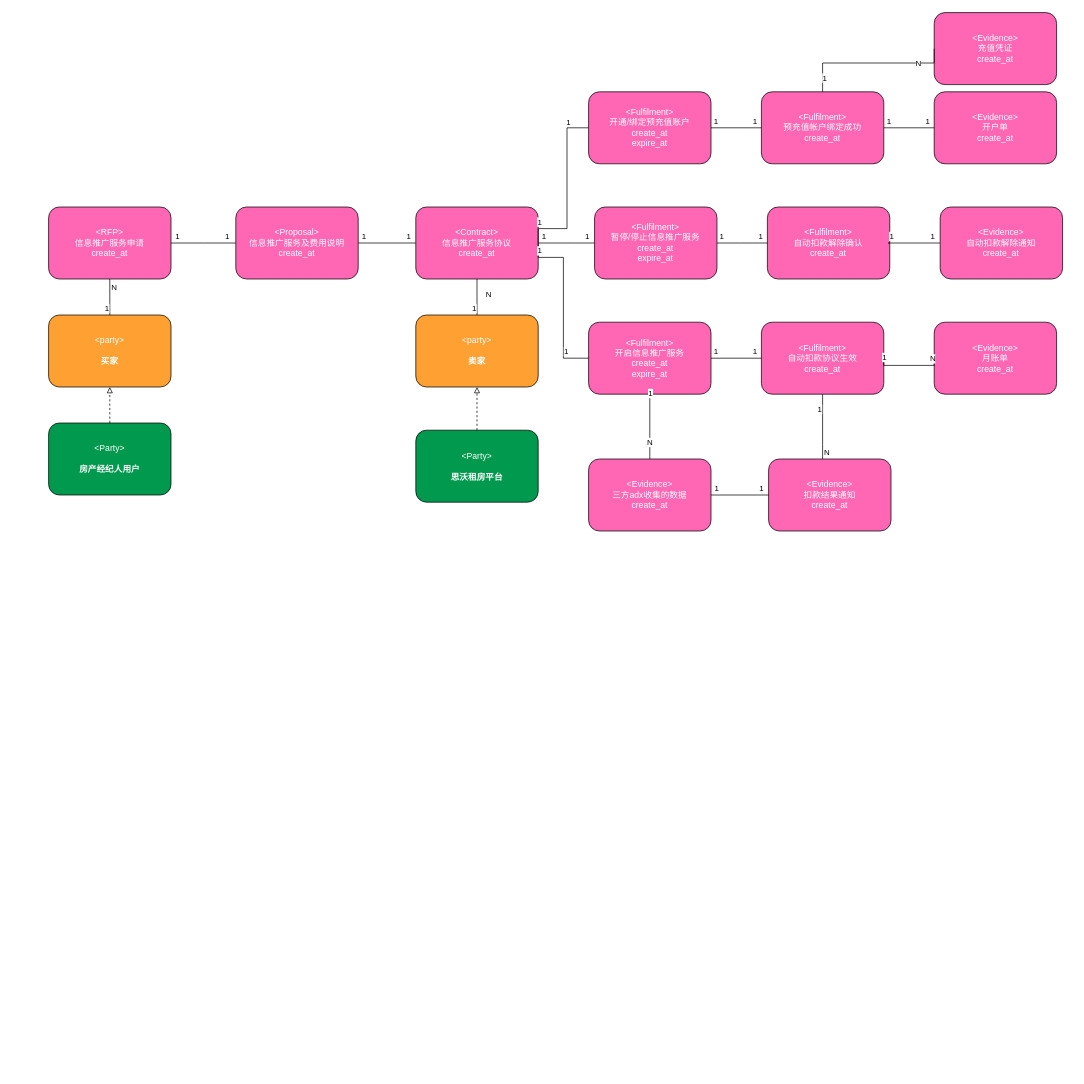
Above: Untitled Diagram.drawio in Myh-cs/8xflow-drawio-lib (draw.io), before the change. Source tidied: cells renumbered, new cells numbered last; positions are measured from the earlier drawing's top-left corner, leaving out a move shared by most shapes. Both pictures are drawn from the tidied source at 72%, with x=0, y=0 at pixel (48, 12).
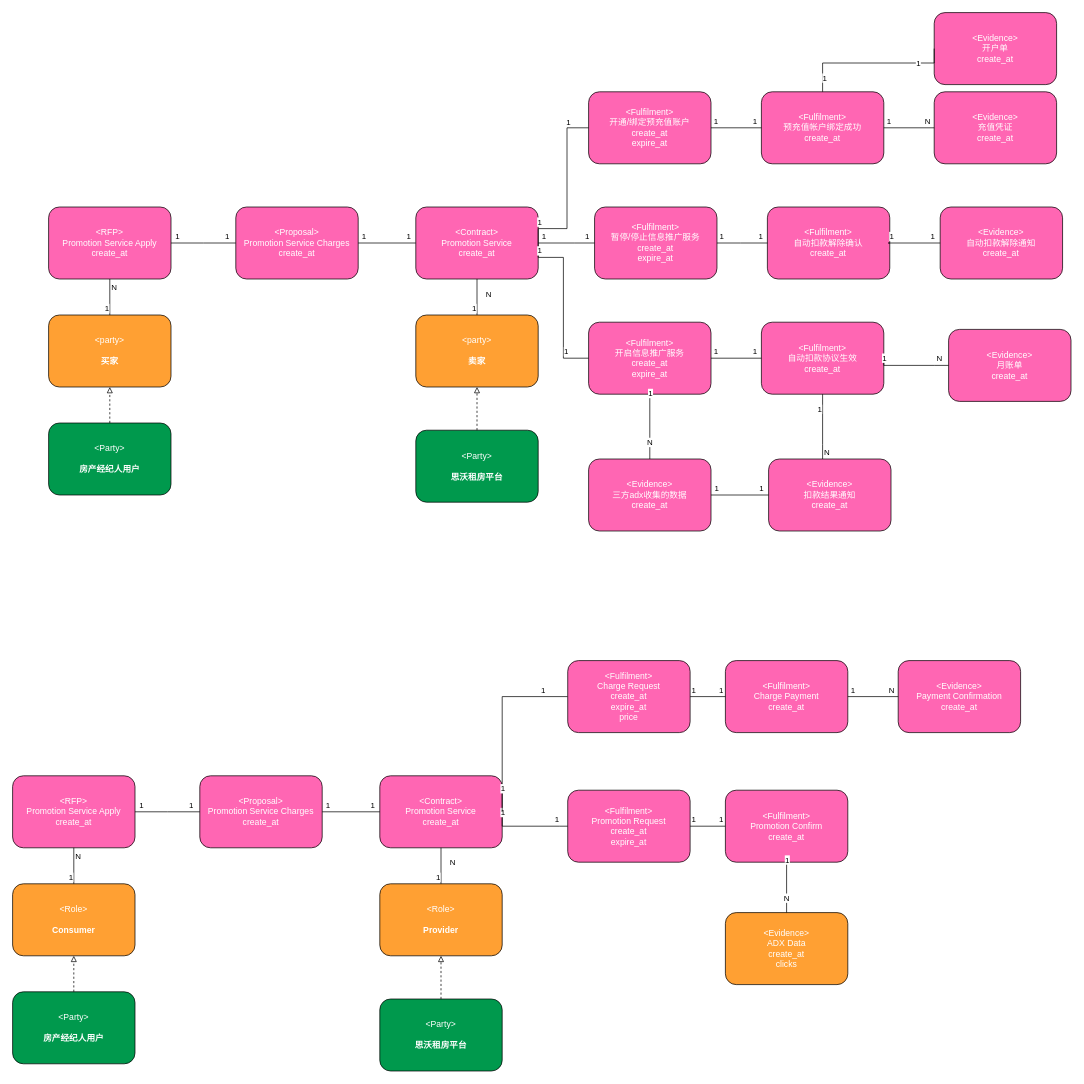
After the change.

Unchanged cells that the change refers to:
```xml
<mxCell id="67" style="edgeStyle=orthogonalEdgeStyle;rounded=0;jettySize=auto;html=1;endArrow=none;endFill=0;" parent="1" edge="1" source="50" target="66">
  <mxGeometry relative="1" as="geometry" />
</mxCell>
<mxCell id="71" style="edgeStyle=orthogonalEdgeStyle;rounded=0;jettySize=auto;html=1;endArrow=none;endFill=0;entryX=0;entryY=0.5;entryDx=0;entryDy=0;exitX=0.5;exitY=0;exitDx=0;exitDy=0;" parent="1" edge="1" source="50" target="70">
  <mxGeometry relative="1" as="geometry">
    <Array as="points">
      <mxPoint x="1074.8" y="70" />
      <mxPoint x="1229.8" y="70" />
    </Array>
  </mxGeometry>
</mxCell>
```

Change to the diagram source:
```diff
@@
-    <object id="2" label="&lt;font color=&quot;#ffffff&quot;&gt;&amp;lt;%type%&amp;gt;&lt;br&gt;%name%&lt;br&gt;%createAt%&lt;br&gt;&lt;/font&gt;" createAt="create_at" name="信息推广服务及费用说明" placeholders="1" type="Proposal">
+    <object id="2" label="&lt;font color=&quot;#ffffff&quot;&gt;&amp;lt;%type%&amp;gt;&lt;br&gt;%name%&lt;br&gt;%createAt%&lt;br&gt;&lt;/font&gt;" createAt="create_at" name="Promotion Service Charges" placeholders="1" type="Proposal">
       <mxCell style="rounded=1;whiteSpace=wrap;html=1;fillColor=#FF66B3;noLabel=0;comic=0;" parent="1" vertex="1">
         <mxGeometry x="260" y="270" width="170" height="100" as="geometry" />
       </mxCell>
     </object>
-    <object id="3" label="&lt;font color=&quot;#ffffff&quot;&gt;&amp;lt;%type%&amp;gt;&lt;br&gt;%name%&lt;br&gt;%createAt%&lt;br&gt;&lt;/font&gt;" createAt="create_at" name="信息推广服务协议" placeholders="1" type="Contract">
+    <object id="3" label="&lt;font color=&quot;#ffffff&quot;&gt;&amp;lt;%type%&amp;gt;&lt;br&gt;%name%&lt;br&gt;%createAt%&lt;br&gt;&lt;/font&gt;" createAt="create_at" name="Promotion Service" placeholders="1" type="Contract">
       <mxCell style="rounded=1;whiteSpace=wrap;html=1;fillColor=#FF66B3;noLabel=0;comic=0;" parent="1" vertex="1">
         <mxGeometry x="510" y="270" width="170" height="100" as="geometry" />
       </mxCell>
     </object>
@@
     <object id="42" label="&lt;font color=&quot;#ffffff&quot;&gt;&amp;lt;%type%&amp;gt;&lt;br&gt;%name%&lt;br&gt;%createAt%&lt;br&gt;&lt;/font&gt;" createAt="create_at" name="月账单" placeholders="1" type="Evidence">
       <mxCell style="rounded=1;whiteSpace=wrap;html=1;fillColor=#FF66B3;noLabel=0;comic=0;" parent="1" vertex="1">
-        <mxGeometry x="1230" y="430" width="170" height="100" as="geometry" />
+        <mxGeometry x="1250" y="440" width="170" height="100" as="geometry" />
       </mxCell>
     </object>
@@
-    <object id="54" label="&lt;font color=&quot;#ffffff&quot;&gt;&amp;lt;%type%&amp;gt;&lt;br&gt;%name%&lt;br&gt;%createAt%&lt;br&gt;&lt;/font&gt;" createAt="create_at" name="信息推广服务申请" placeholders="1" type="RFP">
+    <object id="54" label="&lt;font color=&quot;#ffffff&quot;&gt;&amp;lt;%type%&amp;gt;&lt;br&gt;%name%&lt;br&gt;%createAt%&lt;br&gt;&lt;/font&gt;" createAt="create_at" name="Promotion Service Apply" placeholders="1" type="RFP">
       <mxCell style="rounded=1;whiteSpace=wrap;html=1;fillColor=#FF66B3;noLabel=0;comic=0;" parent="1" vertex="1">
         <mxGeometry y="270" width="170" height="100" as="geometry" />
       </mxCell>
     </object>
@@
-    <object id="66" label="&lt;font color=&quot;#ffffff&quot;&gt;&amp;lt;%type%&amp;gt;&lt;br&gt;%name%&lt;br&gt;%createAt%&lt;br&gt;&lt;/font&gt;" createAt="create_at" name="开户单" placeholders="1" type="Evidence">
+    <object id="66" label="&lt;font color=&quot;#ffffff&quot;&gt;&amp;lt;%type%&amp;gt;&lt;br&gt;%name%&lt;br&gt;%createAt%&lt;br&gt;&lt;/font&gt;" createAt="create_at" name="充值凭证" placeholders="1" type="Evidence">
       <mxCell style="rounded=1;whiteSpace=wrap;html=1;fillColor=#FF66B3;noLabel=0;comic=0;" parent="1" vertex="1">
         <mxGeometry x="1230" y="110" width="170" height="100" as="geometry" />
       </mxCell>
     </object>
@@
-    <mxCell id="69" value="1" style="edgeLabel;html=1;align=center;verticalAlign=middle;" parent="67" vertex="1">
+    <mxCell id="69" value="N" style="edgeLabel;html=1;align=center;verticalAlign=middle;" parent="67" vertex="1">
       <mxGeometry x="0.72" y="-1" relative="1" as="geometry">
         <mxPoint y="-11" as="offset" />
       </mxGeometry>
     </mxCell>
-    <object id="70" label="&lt;font color=&quot;#ffffff&quot;&gt;&amp;lt;%type%&amp;gt;&lt;br&gt;%name%&lt;br&gt;%createAt%&lt;br&gt;&lt;/font&gt;" createAt="create_at" name="充值凭证" placeholders="1" type="Evidence">
+    <object id="70" label="&lt;font color=&quot;#ffffff&quot;&gt;&amp;lt;%type%&amp;gt;&lt;br&gt;%name%&lt;br&gt;%createAt%&lt;br&gt;&lt;/font&gt;" createAt="create_at" name="开户单" placeholders="1" type="Evidence">
       <mxCell style="rounded=1;whiteSpace=wrap;html=1;fillColor=#FF66B3;noLabel=0;comic=0;" parent="1" vertex="1">
         <mxGeometry x="1230" width="170" height="100" as="geometry" />
       </mxCell>
     </object>
@@
-    <mxCell id="73" value="N" style="edgeLabel;html=1;align=center;verticalAlign=middle;" parent="71" vertex="1">
+    <mxCell id="73" value="1" style="edgeLabel;html=1;align=center;verticalAlign=middle;" parent="71" vertex="1">
       <mxGeometry x="0.15" relative="1" as="geometry">
         <mxPoint x="48" as="offset" />
       </mxGeometry>
     </mxCell>
+    <object id="74" label="&lt;font color=&quot;#ffffff&quot;&gt;&amp;lt;%type%&amp;gt;&lt;br&gt;%name%&lt;br&gt;%createAt%&lt;br&gt;&lt;/font&gt;" createAt="create_at" name="Promotion Service Charges" placeholders="1" type="Proposal">
+      <mxCell style="rounded=1;whiteSpace=wrap;html=1;fillColor=#FF66B3;noLabel=0;comic=0;" parent="1" vertex="1">
+        <mxGeometry x="210" y="1060" width="170" height="100" as="geometry" />
+      </mxCell>
+    </object>
+    <object id="75" label="&lt;font color=&quot;#ffffff&quot;&gt;&amp;lt;%type%&amp;gt;&lt;br&gt;%name%&lt;br&gt;%createAt%&lt;br&gt;&lt;/font&gt;" createAt="create_at" name="Promotion Service" placeholders="1" type="Contract">
+      <mxCell style="rounded=1;whiteSpace=wrap;html=1;fillColor=#FF66B3;noLabel=0;comic=0;" parent="1" vertex="1">
+        <mxGeometry x="460" y="1060" width="170" height="100" as="geometry" />
+      </mxCell>
+    </object>
+    <object id="76" label="&lt;font color=&quot;#ffffff&quot;&gt;&amp;lt;%type%&amp;gt;&lt;br&gt;%name%&lt;br&gt;%createAt%&lt;br&gt;%expireAt%&lt;br&gt;&lt;/font&gt;" createAt="create_at" expireAt="expire_at" name="Promotion Request" placeholders="1" type="Fulfilment">
+      <mxCell style="rounded=1;whiteSpace=wrap;html=1;fillColor=#FF66B3;noLabel=0;comic=0;" parent="1" vertex="1">
+        <mxGeometry x="721" y="1080" width="170" height="100" as="geometry" />
+      </mxCell>
+    </object>
+    <object id="77" label="&lt;font color=&quot;#ffffff&quot;&gt;&amp;lt;%type%&amp;gt;&lt;br&gt;%name%&lt;br&gt;%createAt%&lt;br&gt;&lt;/font&gt;&lt;span style=&quot;color: rgb(255 , 255 , 255)&quot;&gt;%clicks%&lt;/span&gt;&lt;font color=&quot;#ffffff&quot;&gt;&lt;br&gt;&lt;/font&gt;" clicks="clicks" createAt="create_at" name="ADX Data" placeholders="1" type="Evidence">
+      <mxCell style="rounded=1;whiteSpace=wrap;html=1;fillColor=#FFA033;noLabel=0;comic=0;" parent="1" vertex="1">
+        <mxGeometry x="940" y="1250" width="170" height="100" as="geometry" />
+      </mxCell>
+    </object>
+    <mxCell id="78" style="edgeStyle=orthogonalEdgeStyle;rounded=0;jettySize=auto;html=1;exitX=1;exitY=0.5;exitDx=0;exitDy=0;entryX=0;entryY=0.5;entryDx=0;entryDy=0;endArrow=none;endFill=0;" parent="1" edge="1" source="74" target="75">
+      <mxGeometry relative="1" as="geometry" />
+    </mxCell>
+    <mxCell id="79" value="1" style="edgeLabel;html=1;align=center;verticalAlign=middle;" parent="78" vertex="1">
+      <mxGeometry x="-0.82" relative="1" as="geometry">
+        <mxPoint y="-10" as="offset" />
+      </mxGeometry>
+    </mxCell>
+    <mxCell id="80" value="1" style="edgeLabel;html=1;align=center;verticalAlign=middle;" parent="78" vertex="1">
+      <mxGeometry x="0.72" y="-1" relative="1" as="geometry">
+        <mxPoint y="-11" as="offset" />
+      </mxGeometry>
+    </mxCell>
+    <mxCell id="81" style="edgeStyle=orthogonalEdgeStyle;rounded=0;jettySize=auto;html=1;exitX=1;exitY=0.5;exitDx=0;exitDy=0;entryX=0;entryY=0.5;entryDx=0;entryDy=0;endArrow=none;endFill=0;" parent="1" edge="1" source="75" target="76">
+      <mxGeometry relative="1" as="geometry">
+        <Array as="points">
+          <mxPoint x="630" y="1130" />
+          <mxPoint x="710" y="1130" />
+        </Array>
+      </mxGeometry>
+    </mxCell>
+    <mxCell id="82" value="1" style="edgeLabel;html=1;align=center;verticalAlign=middle;" parent="81" vertex="1">
+      <mxGeometry x="-0.82" relative="1" as="geometry">
+        <mxPoint y="-10" as="offset" />
+      </mxGeometry>
+    </mxCell>
+    <mxCell id="83" value="1" style="edgeLabel;html=1;align=center;verticalAlign=middle;" parent="81" vertex="1">
+      <mxGeometry x="0.72" y="-1" relative="1" as="geometry">
+        <mxPoint y="-11" as="offset" />
+      </mxGeometry>
+    </mxCell>
+    <mxCell id="84" style="edgeStyle=orthogonalEdgeStyle;rounded=0;jettySize=auto;html=1;exitX=1;exitY=0.5;exitDx=0;exitDy=0;endArrow=none;endFill=0;entryX=0;entryY=0.5;entryDx=0;entryDy=0;" parent="1" edge="1" source="76" target="114">
+      <mxGeometry relative="1" as="geometry">
+        <Array as="points">
+          <mxPoint x="920" y="1130" />
+          <mxPoint x="920" y="1130" />
+        </Array>
+      </mxGeometry>
+    </mxCell>
+    <mxCell id="85" value="1" style="edgeLabel;html=1;align=center;verticalAlign=middle;" parent="84" vertex="1">
+      <mxGeometry x="-0.82" relative="1" as="geometry">
+        <mxPoint y="-10" as="offset" />
+      </mxGeometry>
+    </mxCell>
+    <mxCell id="86" value="1" style="edgeLabel;html=1;align=center;verticalAlign=middle;" parent="84" vertex="1">
+      <mxGeometry x="0.72" y="-1" relative="1" as="geometry">
+        <mxPoint y="-11" as="offset" />
+      </mxGeometry>
+    </mxCell>
+    <object id="87" label="&lt;font color=&quot;#ffffff&quot;&gt;&amp;lt;%type%&amp;gt;&lt;br&gt;&lt;br&gt;&lt;b&gt;%name%&lt;/b&gt;&lt;br&gt;&lt;/font&gt;" name="房产经纪人用户" placeholders="1" type="Party">
+      <mxCell style="rounded=1;whiteSpace=wrap;html=1;noLabel=0;comic=0;fillColor=#00994D;" parent="1" vertex="1">
+        <mxGeometry x="-50" y="1360" width="170" height="100" as="geometry" />
+      </mxCell>
+    </object>
+    <object id="88" label="&lt;font color=&quot;#ffffff&quot;&gt;&amp;lt;%type%&amp;gt;&lt;br&gt;&lt;br&gt;&lt;b&gt;%name%&lt;/b&gt;&lt;br&gt;&lt;/font&gt;" name="思沃租房平台" placeholders="1" type="Party">
+      <mxCell style="rounded=1;whiteSpace=wrap;html=1;noLabel=0;comic=0;fillColor=#00994D;" parent="1" vertex="1">
+        <mxGeometry x="460" y="1370" width="170" height="100" as="geometry" />
+      </mxCell>
+    </object>
+    <object id="89" label="&lt;font color=&quot;#ffffff&quot;&gt;&amp;lt;%type%&amp;gt;&lt;br&gt;&lt;br&gt;&lt;b&gt;%name%&lt;/b&gt;&lt;br&gt;&lt;/font&gt;" name="Consumer" placeholders="1" type="Role">
+      <mxCell style="rounded=1;whiteSpace=wrap;html=1;noLabel=0;comic=0;fillColor=#FFA033;" parent="1" vertex="1">
+        <mxGeometry x="-50" y="1210" width="170" height="100" as="geometry" />
+      </mxCell>
+    </object>
+    <object id="90" label="&lt;font color=&quot;#ffffff&quot;&gt;&amp;lt;%type%&amp;gt;&lt;br&gt;&lt;br&gt;&lt;b&gt;%name%&lt;/b&gt;&lt;br&gt;&lt;/font&gt;" name="Provider" placeholders="1" type="Role">
+      <mxCell style="rounded=1;whiteSpace=wrap;html=1;noLabel=0;comic=0;fillColor=#FFA033;" parent="1" vertex="1">
+        <mxGeometry x="460" y="1210" width="170" height="100" as="geometry" />
+      </mxCell>
+    </object>
+    <mxCell id="91" style="edgeStyle=orthogonalEdgeStyle;rounded=0;jettySize=auto;html=1;entryX=0;entryY=0.5;entryDx=0;entryDy=0;endArrow=none;endFill=0;" parent="1" edge="1" target="118">
+      <mxGeometry relative="1" as="geometry">
+        <mxPoint x="630" y="1110" as="sourcePoint" />
+        <Array as="points">
+          <mxPoint x="630" y="950" />
+        </Array>
+      </mxGeometry>
+    </mxCell>
+    <mxCell id="92" value="1" style="edgeLabel;html=1;align=center;verticalAlign=middle;" parent="91" vertex="1">
+      <mxGeometry x="-0.82" relative="1" as="geometry">
+        <mxPoint y="-10" as="offset" />
+      </mxGeometry>
+    </mxCell>
+    <mxCell id="93" value="1" style="edgeLabel;html=1;align=center;verticalAlign=middle;" parent="91" vertex="1">
+      <mxGeometry x="0.72" y="-1" relative="1" as="geometry">
+        <mxPoint y="-11" as="offset" />
+      </mxGeometry>
+    </mxCell>
+    <object id="94" label="&lt;font color=&quot;#ffffff&quot;&gt;&amp;lt;%type%&amp;gt;&lt;br&gt;%name%&lt;br&gt;%createAt%&lt;br&gt;&lt;/font&gt;" createAt="create_at" name="Charge Payment" placeholders="1" type="Fulfilment">
+      <mxCell style="rounded=1;whiteSpace=wrap;html=1;fillColor=#FF66B3;noLabel=0;comic=0;" parent="1" vertex="1">
+        <mxGeometry x="940" y="900" width="170" height="100" as="geometry" />
+      </mxCell>
+    </object>
+    <mxCell id="95" style="edgeStyle=orthogonalEdgeStyle;rounded=0;jettySize=auto;html=1;exitX=1;exitY=0.5;exitDx=0;exitDy=0;entryX=0;entryY=0.5;entryDx=0;entryDy=0;endArrow=none;endFill=0;" parent="1" edge="1" source="118" target="94">
+      <mxGeometry relative="1" as="geometry" />
+    </mxCell>
+    <mxCell id="96" value="1" style="edgeLabel;html=1;align=center;verticalAlign=middle;" parent="95" vertex="1">
+      <mxGeometry x="-0.82" relative="1" as="geometry">
+        <mxPoint y="-10" as="offset" />
+      </mxGeometry>
+    </mxCell>
+    <mxCell id="97" value="1" style="edgeLabel;html=1;align=center;verticalAlign=middle;" parent="95" vertex="1">
+      <mxGeometry x="0.72" y="-1" relative="1" as="geometry">
+        <mxPoint y="-11" as="offset" />
+      </mxGeometry>
+    </mxCell>
+    <object id="98" label="&lt;font color=&quot;#ffffff&quot;&gt;&amp;lt;%type%&amp;gt;&lt;br&gt;%name%&lt;br&gt;%createAt%&lt;br&gt;&lt;/font&gt;" createAt="create_at" name="Promotion Service Apply" placeholders="1" type="RFP">
+      <mxCell style="rounded=1;whiteSpace=wrap;html=1;fillColor=#FF66B3;noLabel=0;comic=0;" parent="1" vertex="1">
+        <mxGeometry x="-50" y="1060" width="170" height="100" as="geometry" />
+      </mxCell>
+    </object>
+    <mxCell id="99" style="edgeStyle=orthogonalEdgeStyle;rounded=0;jettySize=auto;html=1;exitX=1;exitY=0.5;exitDx=0;exitDy=0;endArrow=none;endFill=0;" parent="1" edge="1" source="98">
+      <mxGeometry relative="1" as="geometry">
+        <mxPoint x="210" y="1110" as="targetPoint" />
+      </mxGeometry>
+    </mxCell>
+    <mxCell id="100" value="1" style="edgeLabel;html=1;align=center;verticalAlign=middle;" parent="99" vertex="1">
+      <mxGeometry x="-0.82" relative="1" as="geometry">
+        <mxPoint y="-10" as="offset" />
+      </mxGeometry>
+    </mxCell>
+    <mxCell id="101" value="1" style="edgeLabel;html=1;align=center;verticalAlign=middle;" parent="99" vertex="1">
+      <mxGeometry x="0.72" y="-1" relative="1" as="geometry">
+        <mxPoint y="-11" as="offset" />
+      </mxGeometry>
+    </mxCell>
+    <mxCell id="102" style="edgeStyle=none;rounded=0;jettySize=auto;html=1;exitX=0.5;exitY=0;exitDx=0;exitDy=0;endArrow=block;endFill=0;dashed=1;entryX=0.5;entryY=1;entryDx=0;entryDy=0;" parent="1" edge="1" source="87" target="89">
+      <mxGeometry relative="1" as="geometry" />
+    </mxCell>
+    <mxCell id="103" style="edgeStyle=orthogonalEdgeStyle;rounded=0;jettySize=auto;html=1;endArrow=none;endFill=0;entryX=0.5;entryY=1;entryDx=0;entryDy=0;" parent="1" edge="1" source="89" target="98">
+      <mxGeometry relative="1" as="geometry" />
+    </mxCell>
+    <mxCell id="104" value="1" style="edgeLabel;html=1;align=center;verticalAlign=middle;" parent="103" vertex="1">
+      <mxGeometry x="0.15" y="3" relative="1" as="geometry">
+        <mxPoint x="-2" y="19" as="offset" />
+      </mxGeometry>
+    </mxCell>
+    <mxCell id="105" value="N" style="edgeLabel;html=1;align=center;verticalAlign=middle;" parent="103" vertex="1">
+      <mxGeometry x="0.15" relative="1" as="geometry">
+        <mxPoint x="5" y="-10" as="offset" />
+      </mxGeometry>
+    </mxCell>
+    <mxCell id="106" style="edgeStyle=none;rounded=0;jettySize=auto;html=1;exitX=0.5;exitY=0;exitDx=0;exitDy=0;endArrow=block;endFill=0;dashed=1;" parent="1" edge="1" source="88" target="90">
+      <mxGeometry relative="1" as="geometry" />
+    </mxCell>
+    <mxCell id="107" style="edgeStyle=orthogonalEdgeStyle;rounded=0;jettySize=auto;html=1;exitX=0.5;exitY=0;exitDx=0;exitDy=0;endArrow=none;endFill=0;entryX=0.5;entryY=1;entryDx=0;entryDy=0;" parent="1" edge="1" source="90" target="75">
+      <mxGeometry relative="1" as="geometry" />
+    </mxCell>
+    <mxCell id="108" value="1" style="edgeLabel;html=1;align=center;verticalAlign=middle;" parent="107" vertex="1">
+      <mxGeometry x="0.15" y="3" relative="1" as="geometry">
+        <mxPoint x="-2" y="19" as="offset" />
+      </mxGeometry>
+    </mxCell>
+    <mxCell id="109" value="N" style="edgeLabel;html=1;align=center;verticalAlign=middle;" parent="107" vertex="1">
+      <mxGeometry x="0.15" relative="1" as="geometry">
+        <mxPoint x="15" y="-1" as="offset" />
+      </mxGeometry>
+    </mxCell>
+    <object id="110" label="&lt;font color=&quot;#ffffff&quot;&gt;&amp;lt;%type%&amp;gt;&lt;br&gt;%name%&lt;br&gt;%createAt%&lt;br&gt;&lt;/font&gt;" createAt="create_at" name="Payment Confirmation" placeholders="1" type="Evidence">
+      <mxCell style="rounded=1;whiteSpace=wrap;html=1;fillColor=#FF66B3;noLabel=0;comic=0;" parent="1" vertex="1">
+        <mxGeometry x="1180" y="900" width="170" height="100" as="geometry" />
+      </mxCell>
+    </object>
+    <mxCell id="111" style="edgeStyle=orthogonalEdgeStyle;rounded=0;jettySize=auto;html=1;endArrow=none;endFill=0;" parent="1" edge="1" source="94" target="110">
+      <mxGeometry relative="1" as="geometry" />
+    </mxCell>
+    <mxCell id="112" value="1" style="edgeLabel;html=1;align=center;verticalAlign=middle;" parent="111" vertex="1">
+      <mxGeometry x="-0.82" relative="1" as="geometry">
+        <mxPoint y="-10" as="offset" />
+      </mxGeometry>
+    </mxCell>
+    <mxCell id="113" value="N" style="edgeLabel;html=1;align=center;verticalAlign=middle;" parent="111" vertex="1">
+      <mxGeometry x="0.72" y="-1" relative="1" as="geometry">
+        <mxPoint y="-11" as="offset" />
+      </mxGeometry>
+    </mxCell>
+    <object id="114" label="&lt;font color=&quot;#ffffff&quot;&gt;&amp;lt;%type%&amp;gt;&lt;br&gt;%name%&lt;br&gt;%createAt%&lt;br&gt;&lt;/font&gt;" createAt="create_at" name="Promotion Confirm" placeholders="1" type="Fulfilment">
+      <mxCell style="rounded=1;whiteSpace=wrap;html=1;fillColor=#FF66B3;noLabel=0;comic=0;" parent="1" vertex="1">
+        <mxGeometry x="940" y="1080" width="170" height="100" as="geometry" />
+      </mxCell>
+    </object>
+    <mxCell id="115" style="edgeStyle=orthogonalEdgeStyle;rounded=0;jettySize=auto;html=1;exitX=0.5;exitY=1;exitDx=0;exitDy=0;endArrow=none;endFill=0;entryX=0.5;entryY=0;entryDx=0;entryDy=0;" parent="1" edge="1" source="114" target="77">
+      <mxGeometry relative="1" as="geometry">
+        <Array as="points">
+          <mxPoint x="1025" y="1180" />
+          <mxPoint x="1025" y="1270" />
+        </Array>
+      </mxGeometry>
+    </mxCell>
+    <mxCell id="116" value="1" style="edgeLabel;html=1;align=center;verticalAlign=middle;" parent="115" vertex="1">
+      <mxGeometry x="-0.82" relative="1" as="geometry">
+        <mxPoint y="-10" as="offset" />
+      </mxGeometry>
+    </mxCell>
+    <mxCell id="117" value="N&lt;br&gt;" style="edgeLabel;html=1;align=center;verticalAlign=middle;" parent="115" vertex="1">
+      <mxGeometry x="0.72" y="-1" relative="1" as="geometry">
+        <mxPoint y="-11" as="offset" />
+      </mxGeometry>
+    </mxCell>
+    <object id="118" label="&lt;font color=&quot;#ffffff&quot;&gt;&amp;lt;%type%&amp;gt;&lt;br&gt;%name%&lt;br&gt;%createAt%&lt;br&gt;%expireAt%&lt;br&gt;%price%&lt;br&gt;&lt;/font&gt;" createAt="create_at" expireAt="expire_at" name="Charge Request" placeholders="1" price="price" type="Fulfilment">
+      <mxCell style="rounded=1;whiteSpace=wrap;html=1;fillColor=#FF66B3;noLabel=0;comic=0;" parent="1" vertex="1">
+        <mxGeometry x="721" y="900" width="170" height="100" as="geometry" />
+      </mxCell>
+    </object>
```
